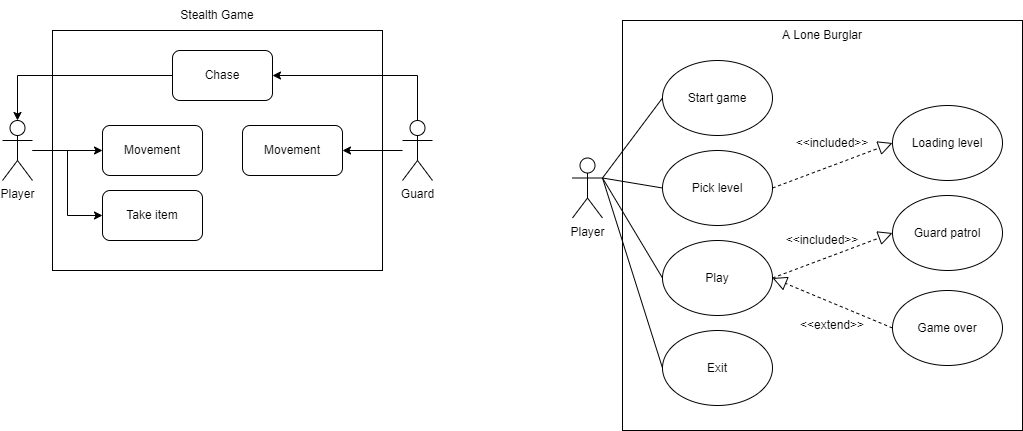
Earlier version of the draw.io export use case diagram.png (johannfac/A-Lone-Burglar). Source tidied: cells renumbered, new cells last; positions are measured from the earlier drawing's top-left corner, leaving out a move shared by most shapes.
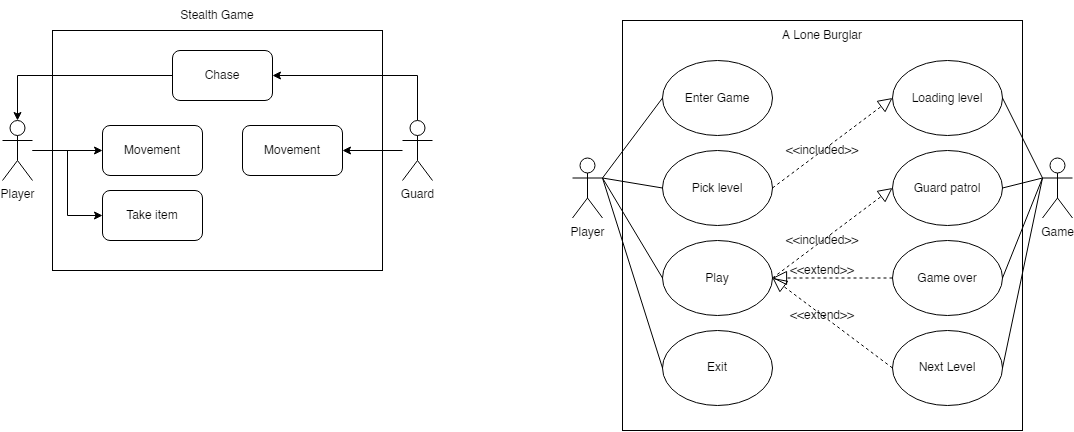
After the commit.

Diff of the diagram source:
```diff
@@ -54,7 +54,7 @@
     <mxCell id="17" value="Player" style="shape=umlActor;verticalLabelPosition=bottom;verticalAlign=top;html=1;outlineConnect=0;" parent="1" vertex="1">
       <mxGeometry x="570" y="157.5" width="30" height="60" as="geometry" />
     </mxCell>
-    <mxCell id="18" value="Start game" style="ellipse;whiteSpace=wrap;html=1;" parent="1" vertex="1">
+    <mxCell id="18" value="Enter Game" style="ellipse;whiteSpace=wrap;html=1;" parent="1" vertex="1">
       <mxGeometry x="660" y="60" width="110" height="75" as="geometry" />
     </mxCell>
     <mxCell id="19" value="Pick level" style="ellipse;whiteSpace=wrap;html=1;" parent="1" vertex="1">
@@ -67,7 +67,7 @@
       <mxGeometry x="660" y="330" width="110" height="75" as="geometry" />
     </mxCell>
     <mxCell id="22" value="Loading level" style="ellipse;whiteSpace=wrap;html=1;" parent="1" vertex="1">
-      <mxGeometry x="890" y="105" width="110" height="75" as="geometry" />
+      <mxGeometry x="890" y="60" width="110" height="75" as="geometry" />
     </mxCell>
     <mxCell id="23" style="endArrow=none;html=1;rounded=0;entryX=1;entryY=0.3333333333333333;entryDx=0;entryDy=0;entryPerimeter=0;exitX=0;exitY=0.5;exitDx=0;exitDy=0;" parent="1" edge="1" source="18" target="17">
       <mxGeometry relative="1" as="geometry" />
@@ -81,29 +81,53 @@
     <mxCell id="26" style="endArrow=none;html=1;rounded=0;entryX=1;entryY=0.3333333333333333;entryDx=0;entryDy=0;entryPerimeter=0;exitX=0;exitY=0.5;exitDx=0;exitDy=0;" parent="1" edge="1" source="21" target="17">
       <mxGeometry relative="1" as="geometry" />
     </mxCell>
-    <mxCell id="27" style="endArrow=block;dashed=1;endFill=0;endSize=12;html=1;rounded=0;exitX=1;exitY=0.5;exitDx=0;exitDy=0;entryX=0;entryY=0.5;entryDx=0;entryDy=0;" parent="1" edge="1" source="19" target="22">
+    <mxCell id="27" style="endArrow=block;dashed=1;endFill=0;endSize=12;html=1;rounded=0;exitX=1;exitY=0.5;exitDx=0;exitDy=0;entryX=0;entryY=0.5;entryDx=0;entryDy=0;startArrow=none;" parent="1" edge="1" source="19" target="22">
       <mxGeometry relative="1" as="geometry" />
     </mxCell>
-    <mxCell id="28" value="&amp;lt;&amp;lt;included&amp;gt;&amp;gt;" style="text;html=1;strokeColor=none;fillColor=none;align=center;verticalAlign=middle;whiteSpace=wrap;rounded=0;" parent="1" vertex="1">
-      <mxGeometry x="800" y="127.5" width="60" height="30" as="geometry" />
-    </mxCell>
     <mxCell id="29" value="Guard patrol" style="ellipse;whiteSpace=wrap;html=1;" parent="1" vertex="1">
-      <mxGeometry x="890" y="195" width="110" height="75" as="geometry" />
+      <mxGeometry x="890" y="150" width="110" height="75" as="geometry" />
     </mxCell>
     <mxCell id="30" value="Game over" style="ellipse;whiteSpace=wrap;html=1;" parent="1" vertex="1">
-      <mxGeometry x="890" y="290" width="110" height="75" as="geometry" />
+      <mxGeometry x="890" y="240" width="110" height="75" as="geometry" />
     </mxCell>
-    <mxCell id="31" style="endArrow=block;dashed=1;endFill=0;endSize=12;html=1;rounded=0;exitX=1;exitY=0.5;exitDx=0;exitDy=0;entryX=0;entryY=0.5;entryDx=0;entryDy=0;" parent="1" edge="1" source="20" target="29">
+    <mxCell id="31" style="endArrow=block;dashed=1;endFill=0;endSize=12;html=1;rounded=0;exitX=1;exitY=0.5;exitDx=0;exitDy=0;entryX=0;entryY=0.5;entryDx=0;entryDy=0;startArrow=none;" parent="1" edge="1" source="20" target="29">
       <mxGeometry relative="1" as="geometry" />
     </mxCell>
+    <mxCell id="33" style="endArrow=block;dashed=1;endFill=0;endSize=12;html=1;rounded=0;exitX=0;exitY=0.5;exitDx=0;exitDy=0;entryX=1;entryY=0.5;entryDx=0;entryDy=0;startArrow=none;" parent="1" edge="1" source="30" target="20">
+      <mxGeometry relative="1" as="geometry" />
+    </mxCell>
+    <mxCell id="35" value="Game" style="shape=umlActor;verticalLabelPosition=bottom;verticalAlign=top;html=1;outlineConnect=0;" parent="1" vertex="1">
+      <mxGeometry x="1040" y="157.5" width="30" height="60" as="geometry" />
+    </mxCell>
+    <mxCell id="36" style="endArrow=none;html=1;rounded=0;entryX=0;entryY=0.3333333333333333;entryDx=0;entryDy=0;entryPerimeter=0;exitX=1;exitY=0.5;exitDx=0;exitDy=0;" parent="1" edge="1" source="22" target="35">
+      <mxGeometry relative="1" as="geometry" />
+    </mxCell>
+    <mxCell id="37" style="endArrow=none;html=1;rounded=0;entryX=0;entryY=0.3333333333333333;entryDx=0;entryDy=0;entryPerimeter=0;exitX=1;exitY=0.5;exitDx=0;exitDy=0;" parent="1" edge="1" source="29" target="35">
+      <mxGeometry relative="1" as="geometry" />
+    </mxCell>
+    <mxCell id="38" style="endArrow=none;html=1;rounded=0;exitX=1;exitY=0.5;exitDx=0;exitDy=0;entryX=0;entryY=0.3333333333333333;entryDx=0;entryDy=0;entryPerimeter=0;" parent="1" edge="1" source="30" target="35">
+      <mxGeometry relative="1" as="geometry" />
+    </mxCell>
+    <mxCell id="34" value="&amp;lt;&amp;lt;extend&amp;gt;&amp;gt;" style="text;html=1;strokeColor=none;fillColor=none;align=center;verticalAlign=middle;whiteSpace=wrap;rounded=0;" parent="1" vertex="1">
+      <mxGeometry x="790" y="255" width="60" height="30" as="geometry" />
+    </mxCell>
     <mxCell id="32" value="&amp;lt;&amp;lt;included&amp;gt;&amp;gt;" style="text;html=1;strokeColor=none;fillColor=none;align=center;verticalAlign=middle;whiteSpace=wrap;rounded=0;" parent="1" vertex="1">
       <mxGeometry x="790" y="225" width="60" height="30" as="geometry" />
     </mxCell>
-    <mxCell id="33" style="endArrow=block;dashed=1;endFill=0;endSize=12;html=1;rounded=0;exitX=0;exitY=0.5;exitDx=0;exitDy=0;entryX=1;entryY=0.5;entryDx=0;entryDy=0;" parent="1" edge="1" source="30" target="20">
-      <mxGeometry relative="1" as="geometry" />
-    </mxCell>
-    <mxCell id="34" value="&amp;lt;&amp;lt;extend&amp;gt;&amp;gt;" style="text;html=1;strokeColor=none;fillColor=none;align=center;verticalAlign=middle;whiteSpace=wrap;rounded=0;" parent="1" vertex="1">
-      <mxGeometry x="800" y="310" width="60" height="30" as="geometry" />
-    </mxCell>
+    <mxCell id="28" value="&amp;lt;&amp;lt;included&amp;gt;&amp;gt;" style="text;html=1;strokeColor=none;fillColor=none;align=center;verticalAlign=middle;whiteSpace=wrap;rounded=0;" parent="1" vertex="1">
+      <mxGeometry x="790" y="135" width="60" height="30" as="geometry" />
+    </mxCell>
+    <mxCell id="39" value="Next Level" style="ellipse;whiteSpace=wrap;html=1;" parent="1" vertex="1">
+      <mxGeometry x="890" y="330" width="110" height="75" as="geometry" />
+    </mxCell>
+    <mxCell id="40" style="endArrow=block;dashed=1;endFill=0;endSize=12;html=1;rounded=0;exitX=0;exitY=0.5;exitDx=0;exitDy=0;entryX=1;entryY=0.5;entryDx=0;entryDy=0;startArrow=none;" parent="1" edge="1" source="39" target="20">
+      <mxGeometry relative="1" as="geometry" />
+    </mxCell>
+    <mxCell id="41" value="&amp;lt;&amp;lt;extend&amp;gt;&amp;gt;" style="text;html=1;strokeColor=none;fillColor=none;align=center;verticalAlign=middle;whiteSpace=wrap;rounded=0;" parent="1" vertex="1">
+      <mxGeometry x="790" y="300" width="60" height="30" as="geometry" />
+    </mxCell>
+    <mxCell id="42" style="endArrow=none;html=1;rounded=0;exitX=1;exitY=0.5;exitDx=0;exitDy=0;entryX=0;entryY=0.3333333333333333;entryDx=0;entryDy=0;entryPerimeter=0;" parent="1" edge="1" source="39" target="35">
+      <mxGeometry relative="1" as="geometry" />
+    </mxCell>
   </root>
 </mxGraphModel>
```
